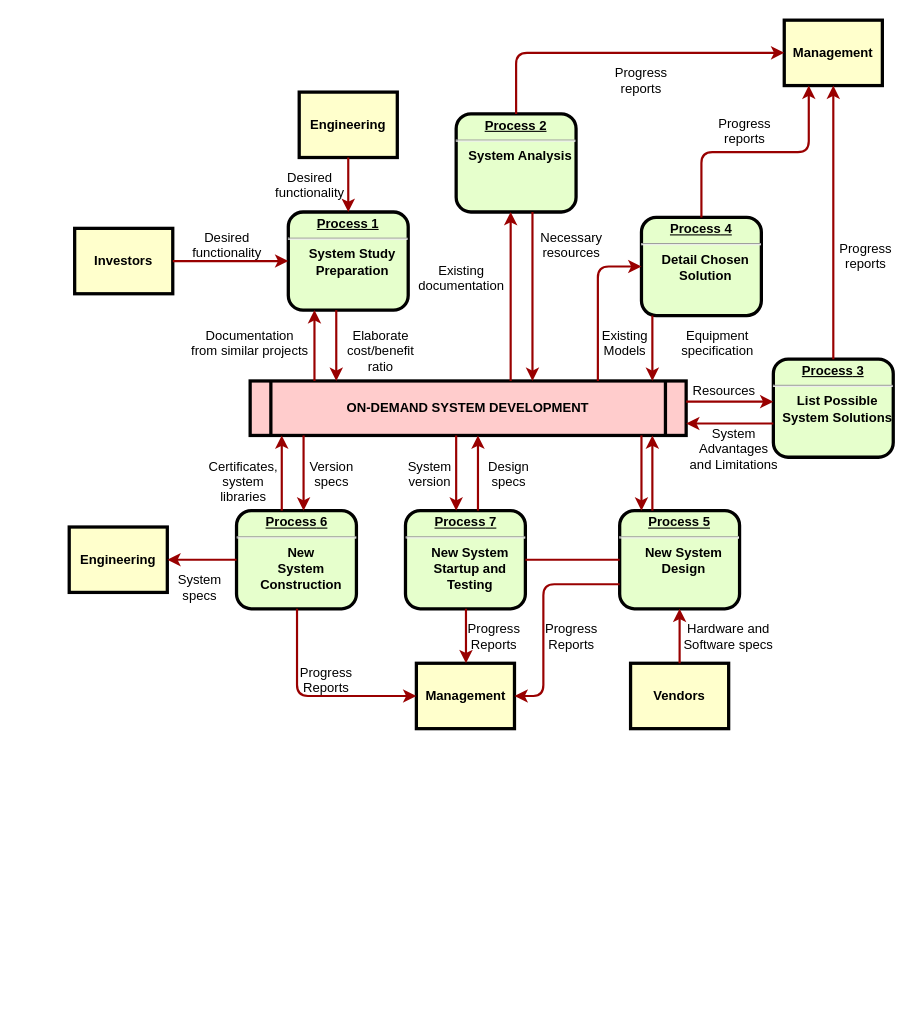
The draw.io diagram autotest.drawio in Kingzhoudk/diagrams, before the edit. Source tidied: cells renumbered, new cells numbered last; positions are measured from the earlier drawing's top-left corner, leaving out a move shared by most shapes. Both pictures are drawn from the tidied source at 109%, with x=0, y=0 at pixel (69, 20).
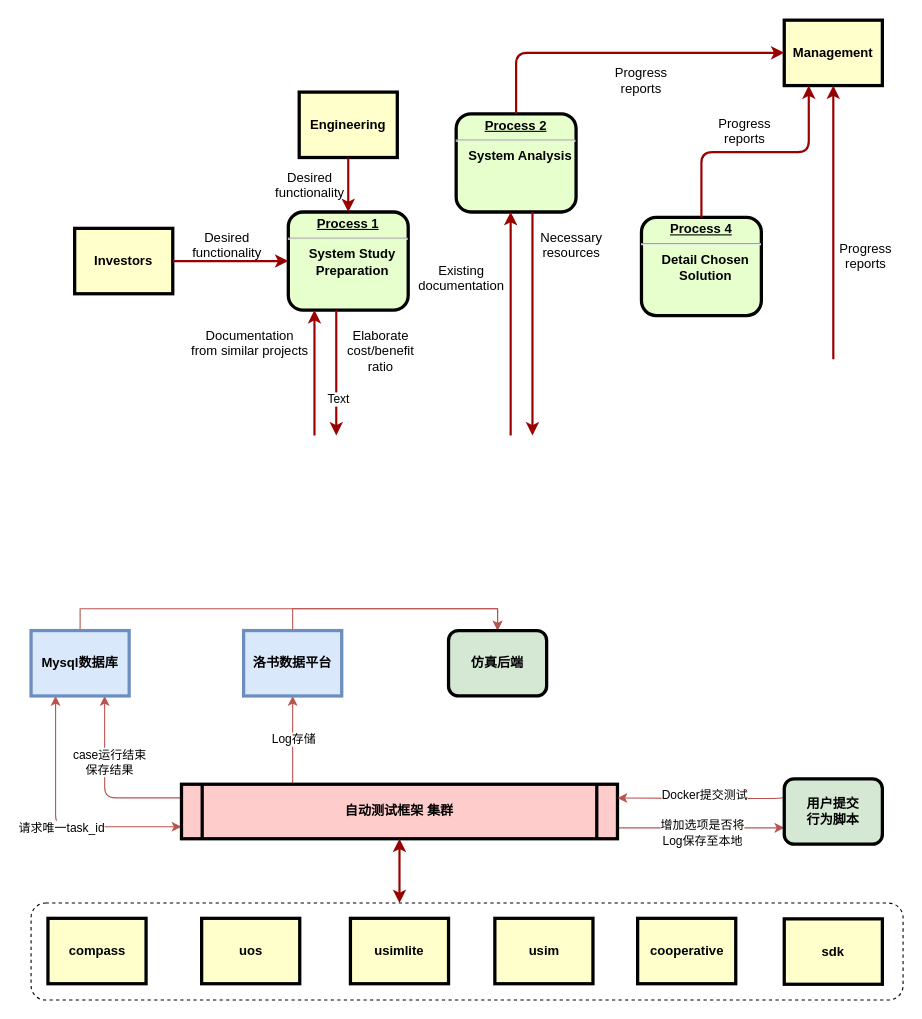
After the change.

The change refers to these unchanged cells:
```xml
<mxCell id="2" value="&lt;p style=&quot;margin: 0px; margin-top: 4px; text-align: center; text-decoration: underline;&quot;&gt;&lt;strong&gt;Process 1&lt;br /&gt;&lt;/strong&gt;&lt;/p&gt;&lt;hr /&gt;&lt;p style=&quot;margin: 0px; margin-left: 8px;&quot;&gt;System Study&lt;/p&gt;&lt;p style=&quot;margin: 0px; margin-left: 8px;&quot;&gt;Preparation&lt;/p&gt;" style="verticalAlign=middle;align=center;overflow=fill;fontSize=12;fontFamily=Helvetica;html=1;rounded=1;fontStyle=1;strokeWidth=3;fillColor=#E6FFCC;" parent="1" vertex="1">
  <mxGeometry x="201" y="176" width="110" height="90" as="geometry" />
</mxCell>
<mxCell id="6" value="&lt;p style=&quot;margin: 0px; margin-top: 4px; text-align: center; text-decoration: underline;&quot;&gt;&lt;strong&gt;Process 2&lt;br /&gt;&lt;/strong&gt;&lt;/p&gt;&lt;hr /&gt;&lt;p style=&quot;margin: 0px; margin-left: 8px;&quot;&gt;System Analysis&lt;/p&gt;" style="verticalAlign=middle;align=center;overflow=fill;fontSize=12;fontFamily=Helvetica;html=1;rounded=1;fontStyle=1;strokeWidth=3;fillColor=#E6FFCC;" parent="1" vertex="1">
  <mxGeometry x="355" y="86" width="110" height="90" as="geometry" />
</mxCell>
<mxCell id="8" value="&lt;p style=&quot;margin: 0px; margin-top: 4px; text-align: center; text-decoration: underline;&quot;&gt;&lt;strong&gt;&lt;strong&gt;Process&lt;/strong&gt; 4&lt;br /&gt;&lt;/strong&gt;&lt;/p&gt;&lt;hr /&gt;&lt;p style=&quot;margin: 0px; margin-left: 8px;&quot;&gt;Detail Chosen&lt;/p&gt;&lt;p style=&quot;margin: 0px; margin-left: 8px;&quot;&gt;Solution&lt;/p&gt;" style="verticalAlign=middle;align=center;overflow=fill;fontSize=12;fontFamily=Helvetica;html=1;rounded=1;fontStyle=1;strokeWidth=3;fillColor=#E6FFCC;" parent="1" vertex="1">
  <mxGeometry x="525" y="181" width="110" height="90" as="geometry" />
</mxCell>
<mxCell id="11" value="Management" style="whiteSpace=wrap;align=center;verticalAlign=middle;fontStyle=1;strokeWidth=3;fillColor=#FFFFCC;" parent="1" vertex="1">
  <mxGeometry x="656" width="90" height="60" as="geometry" />
</mxCell>
```

Diff of the diagram source:
```diff
@@
+    <mxCell id="63" style="rounded=1;whiteSpace=wrap;html=1;verticalAlign=middle;dashed=1;" parent="1" vertex="1">
+      <mxGeometry x="-35" y="810" width="800" height="89" as="geometry" />
+    </mxCell>
@@
+    <mxCell id="64" style="edgeStyle=orthogonalEdgeStyle;rounded=1;jettySize=auto;html=1;entryX=0.25;entryY=1;entryDx=0;entryDy=0;startArrow=classic;startFill=1;fillColor=#f8cecc;strokeColor=#b85450;" parent="1" edge="1" source="5" target="84">
+      <mxGeometry relative="1" as="geometry">
+        <Array as="points">
+          <mxPoint x="-12" y="740" />
+        </Array>
+      </mxGeometry>
+    </mxCell>
+    <mxCell id="65" value="请求唯一task_id" style="edgeLabel;html=1;align=center;verticalAlign=middle;" parent="64" vertex="1">
+      <mxGeometry x="0.24" y="-2" relative="1" as="geometry">
+        <mxPoint x="3" y="31" as="offset" />
+      </mxGeometry>
+    </mxCell>
+    <mxCell id="66" style="edgeStyle=orthogonalEdgeStyle;rounded=1;jettySize=auto;html=1;exitX=0;exitY=0.25;exitDx=0;exitDy=0;entryX=0.75;entryY=1;entryDx=0;entryDy=0;startArrow=none;startFill=0;fillColor=#f8cecc;strokeColor=#b85450;" parent="1" edge="1" source="5" target="84">
+      <mxGeometry relative="1" as="geometry" />
+    </mxCell>
+    <mxCell id="67" value="&lt;div&gt;case运行结束&lt;/div&gt;&lt;div&gt;保存结果&lt;br&gt;&lt;/div&gt;" style="edgeLabel;html=1;align=center;verticalAlign=middle;" parent="66" vertex="1">
+      <mxGeometry x="0.3" y="-3" relative="1" as="geometry">
+        <mxPoint x="1" y="3" as="offset" />
+      </mxGeometry>
+    </mxCell>
+    <mxCell id="68" style="edgeStyle=orthogonalEdgeStyle;rounded=0;jettySize=auto;html=1;exitX=0.25;exitY=0;exitDx=0;exitDy=0;entryX=0.5;entryY=1;entryDx=0;entryDy=0;startArrow=none;startFill=0;fillColor=#f8cecc;strokeColor=#b85450;" parent="1" edge="1" source="5" target="86">
+      <mxGeometry relative="1" as="geometry">
+        <Array as="points">
+          <mxPoint x="205" y="701" />
+        </Array>
+      </mxGeometry>
+    </mxCell>
+    <mxCell id="69" value="Log存储" style="edgeLabel;html=1;align=center;verticalAlign=middle;" parent="68" vertex="1">
+      <mxGeometry x="-0.25" y="-1" relative="1" as="geometry">
+        <mxPoint x="-1" y="-12" as="offset" />
+      </mxGeometry>
+    </mxCell>
+    <mxCell id="70" style="edgeStyle=orthogonalEdgeStyle;rounded=0;jettySize=auto;html=1;exitX=1;exitY=0.75;exitDx=0;exitDy=0;entryX=0;entryY=0.75;entryDx=0;entryDy=0;startArrow=none;startFill=0;fillColor=#f8cecc;strokeColor=#b85450;" parent="1" edge="1" source="5" target="82">
+      <mxGeometry relative="1" as="geometry">
+        <Array as="points">
+          <mxPoint x="503" y="741" />
+        </Array>
+      </mxGeometry>
+    </mxCell>
+    <mxCell id="71" value="&lt;div&gt;增加选项是否将&lt;/div&gt;&lt;div&gt;Log保存至本地&lt;br&gt;&lt;/div&gt;" style="edgeLabel;html=1;align=center;verticalAlign=middle;" parent="70" vertex="1">
+      <mxGeometry x="-0.12" y="-4" relative="1" as="geometry">
+        <mxPoint x="12" as="offset" />
+      </mxGeometry>
+    </mxCell>
-    <mxCell id="5" value="ON-DEMAND SYSTEM DEVELOPMENT" style="shape=process;whiteSpace=wrap;align=center;verticalAlign=middle;size=0.0475;fontStyle=1;strokeWidth=3;fillColor=#FFCCCC;" parent="1" vertex="1">
-      <mxGeometry x="166" y="331" width="400" height="50" as="geometry" />
+    <mxCell id="5" value="自动测试框架 集群" style="shape=process;whiteSpace=wrap;align=center;verticalAlign=middle;size=0.0475;fontStyle=1;strokeWidth=3;fillColor=#FFCCCC;" parent="1" vertex="1">
+      <mxGeometry x="103" y="701" width="400" height="50" as="geometry" />
     </mxCell>
@@
-    <mxCell id="7" value="&lt;p style=&quot;margin: 0px; margin-top: 4px; text-align: center; text-decoration: underline;&quot;&gt;&lt;strong&gt;&lt;strong&gt;Process&lt;/strong&gt; 3&lt;br /&gt;&lt;/strong&gt;&lt;/p&gt;&lt;hr /&gt;&lt;p style=&quot;margin: 0px; margin-left: 8px;&quot;&gt;List Possible&lt;/p&gt;&lt;p style=&quot;margin: 0px; margin-left: 8px;&quot;&gt;System Solutions&lt;/p&gt;" style="verticalAlign=middle;align=center;overflow=fill;fontSize=12;fontFamily=Helvetica;html=1;rounded=1;fontStyle=1;strokeWidth=3;fillColor=#E6FFCC;" parent="1" vertex="1">
-      <mxGeometry x="646" y="311" width="110" height="90" as="geometry" />
-    </mxCell>
@@
-    <mxCell id="9" value="&lt;p style=&quot;margin: 0px; margin-top: 4px; text-align: center; text-decoration: underline;&quot;&gt;&lt;strong&gt;&lt;strong&gt;Process&lt;/strong&gt; 5&lt;br /&gt;&lt;/strong&gt;&lt;/p&gt;&lt;hr /&gt;&lt;p style=&quot;margin: 0px; margin-left: 8px;&quot;&gt;New System&lt;/p&gt;&lt;p style=&quot;margin: 0px; margin-left: 8px;&quot;&gt;Design&lt;/p&gt;" style="verticalAlign=middle;align=center;overflow=fill;fontSize=12;fontFamily=Helvetica;html=1;rounded=1;fontStyle=1;strokeWidth=3;fillColor=#E6FFCC;" parent="1" vertex="1">
-      <mxGeometry x="505" y="450" width="110" height="90" as="geometry" />
-    </mxCell>
-    <mxCell id="10" value="&lt;p style=&quot;margin: 0px; margin-top: 4px; text-align: center; text-decoration: underline;&quot;&gt;&lt;strong&gt;&lt;strong&gt;Process&lt;/strong&gt; 6&lt;br /&gt;&lt;/strong&gt;&lt;/p&gt;&lt;hr /&gt;&lt;p style=&quot;margin: 0px; margin-left: 8px;&quot;&gt;New&lt;/p&gt;&lt;p style=&quot;margin: 0px; margin-left: 8px;&quot;&gt;System&lt;/p&gt;&lt;p style=&quot;margin: 0px; margin-left: 8px;&quot;&gt;Construction&lt;/p&gt;" style="verticalAlign=middle;align=center;overflow=fill;fontSize=12;fontFamily=Helvetica;html=1;rounded=1;fontStyle=1;strokeWidth=3;fillColor=#E6FFCC;" parent="1" vertex="1">
-      <mxGeometry x="153.5" y="450" width="110" height="90" as="geometry" />
-    </mxCell>
@@
-    <mxCell id="12" value="Management" style="whiteSpace=wrap;align=center;verticalAlign=middle;fontStyle=1;strokeWidth=3;fillColor=#FFFFCC;" parent="1" vertex="1">
-      <mxGeometry x="318.5" y="590" width="90" height="60" as="geometry" />
-    </mxCell>
-    <mxCell id="13" value="Engineering" style="whiteSpace=wrap;align=center;verticalAlign=middle;fontStyle=1;strokeWidth=3;fillColor=#FFFFCC;" parent="1" vertex="1">
-      <mxGeometry y="465" width="90" height="60" as="geometry" />
+    <mxCell id="13" value="uos" style="whiteSpace=wrap;align=center;verticalAlign=middle;fontStyle=1;strokeWidth=3;fillColor=#FFFFCC;" parent="1" vertex="1">
+      <mxGeometry x="121.5" y="824" width="90" height="60" as="geometry" />
     </mxCell>
-    <mxCell id="14" value="Vendors" style="whiteSpace=wrap;align=center;verticalAlign=middle;fontStyle=1;strokeWidth=3;fillColor=#FFFFCC;" parent="1" vertex="1">
-      <mxGeometry x="515" y="590" width="90" height="60" as="geometry" />
-    </mxCell>
@@
-    <mxCell id="17" value="&lt;p style=&quot;margin: 0px; margin-top: 4px; text-align: center; text-decoration: underline;&quot;&gt;&lt;strong&gt;&lt;strong&gt;Process&lt;/strong&gt; 7&lt;br /&gt;&lt;/strong&gt;&lt;/p&gt;&lt;hr /&gt;&lt;p style=&quot;margin: 0px; margin-left: 8px;&quot;&gt;New System&lt;/p&gt;&lt;p style=&quot;margin: 0px; margin-left: 8px;&quot;&gt;Startup and&lt;/p&gt;&lt;p style=&quot;margin: 0px; margin-left: 8px;&quot;&gt;Testing&lt;/p&gt;" style="verticalAlign=middle;align=center;overflow=fill;fontSize=12;fontFamily=Helvetica;html=1;rounded=1;fontStyle=1;strokeWidth=3;fillColor=#E6FFCC;" parent="1" vertex="1">
-      <mxGeometry x="308.5" y="450" width="110" height="90" as="geometry" />
-    </mxCell>
-    <mxCell id="18" style="endArrow=none;noEdgeStyle=1;strokeColor=#990000;strokeWidth=2;" parent="1" edge="1" source="9" target="17">
-      <mxGeometry relative="1" as="geometry" />
-    </mxCell>
@@
-    <mxCell id="22" style="edgeStyle=elbowEdgeStyle;elbow=horizontal;strokeColor=#990000;strokeWidth=2;" parent="1" edge="1" source="5" target="2">
+    <mxCell id="22" style="edgeStyle=elbowEdgeStyle;elbow=horizontal;strokeColor=#990000;strokeWidth=2;" parent="1" edge="1" target="2">
       <mxGeometry relative="1" as="geometry">
+        <mxPoint x="225" y="381" as="sourcePoint" />
         <Array as="points">
           <mxPoint x="225" y="310" />
         </Array>
       </mxGeometry>
     </mxCell>
-    <mxCell id="23" style="edgeStyle=elbowEdgeStyle;elbow=horizontal;strokeColor=#990000;strokeWidth=2;" parent="1" edge="1" source="2" target="5">
+    <mxCell id="23" style="edgeStyle=elbowEdgeStyle;elbow=horizontal;strokeColor=#990000;strokeWidth=2;" parent="1" edge="1" source="2">
       <mxGeometry relative="1" as="geometry">
+        <mxPoint x="245" y="381" as="targetPoint" />
         <Array as="points">
           <mxPoint x="245" y="300" />
         </Array>
       </mxGeometry>
     </mxCell>
+    <mxCell id="72" value="Text" style="edgeLabel;html=1;align=center;verticalAlign=middle;" parent="23" vertex="1">
+      <mxGeometry x="0.41" y="1" relative="1" as="geometry" />
+    </mxCell>
@@
-    <mxCell id="25" style="edgeStyle=elbowEdgeStyle;elbow=horizontal;strokeColor=#990000;strokeWidth=2;" parent="1" edge="1" source="5" target="6">
+    <mxCell id="25" style="edgeStyle=elbowEdgeStyle;elbow=horizontal;strokeColor=#990000;strokeWidth=2;" parent="1" edge="1" target="6">
       <mxGeometry relative="1" as="geometry">
+        <mxPoint x="405" y="381" as="sourcePoint" />
         <Array as="points">
           <mxPoint x="405" y="250" />
         </Array>
       </mxGeometry>
     </mxCell>
-    <mxCell id="26" style="edgeStyle=elbowEdgeStyle;elbow=horizontal;strokeColor=#990000;strokeWidth=2;" parent="1" edge="1" source="6" target="5">
+    <mxCell id="26" style="edgeStyle=elbowEdgeStyle;elbow=horizontal;strokeColor=#990000;strokeWidth=2;" parent="1" edge="1" source="6">
       <mxGeometry relative="1" as="geometry">
+        <mxPoint x="425" y="381" as="targetPoint" />
         <Array as="points">
           <mxPoint x="425" y="260" />
         </Array>
       </mxGeometry>
     </mxCell>
@@
-    <mxCell id="34" style="edgeStyle=elbowEdgeStyle;elbow=horizontal;strokeColor=#990000;strokeWidth=2;" parent="1" edge="1" source="7" target="11">
-      <mxGeometry relative="1" as="geometry" />
+    <mxCell id="34" style="edgeStyle=elbowEdgeStyle;elbow=horizontal;strokeColor=#990000;strokeWidth=2;" parent="1" edge="1" target="11">
+      <mxGeometry relative="1" as="geometry">
+        <mxPoint x="701" y="311" as="sourcePoint" />
+      </mxGeometry>
     </mxCell>
-    <mxCell id="35" style="edgeStyle=elbowEdgeStyle;elbow=horizontal;strokeColor=#990000;strokeWidth=2;" parent="1" edge="1" source="8" target="5">
-      <mxGeometry relative="1" as="geometry">
-        <Array as="points">
-          <mxPoint x="535" y="300" />
-        </Array>
-      </mxGeometry>
-    </mxCell>
-    <mxCell id="36" style="edgeStyle=segmentEdgeStyle;strokeColor=#990000;strokeWidth=2;" parent="1" edge="1" source="5" target="8">
-      <mxGeometry relative="1" as="geometry">
-        <Array as="points">
-          <mxPoint x="485" y="226" />
-        </Array>
-      </mxGeometry>
-    </mxCell>
-    <mxCell id="37" value="Existing&#10;Models" style="text;spacingTop=-5;align=center;" parent="1" vertex="1">
-      <mxGeometry x="495" y="281" width="30" height="20" as="geometry" />
-    </mxCell>
-    <mxCell id="38" value="Equipment&#10;specification" style="text;spacingTop=-5;align=center;" parent="1" vertex="1">
-      <mxGeometry x="580" y="281" width="30" height="20" as="geometry" />
-    </mxCell>
-    <mxCell id="39" style="edgeStyle=elbowEdgeStyle;elbow=vertical;strokeColor=#990000;strokeWidth=2;" parent="1" edge="1" source="5" target="7">
-      <mxGeometry relative="1" as="geometry">
-        <Array as="points">
-          <mxPoint x="615" y="350" />
-        </Array>
-      </mxGeometry>
-    </mxCell>
-    <mxCell id="40" style="edgeStyle=elbowEdgeStyle;elbow=vertical;strokeColor=#990000;strokeWidth=2;" parent="1" edge="1" source="7" target="5">
-      <mxGeometry relative="1" as="geometry">
-        <Array as="points">
-          <mxPoint x="615" y="370" />
-        </Array>
-      </mxGeometry>
-    </mxCell>
-    <mxCell id="41" value="Resources" style="text;spacingTop=-5;align=center;" parent="1" vertex="1">
-      <mxGeometry x="586" y="331" width="30" height="20" as="geometry" />
-    </mxCell>
-    <mxCell id="42" value="System &#10;Advantages &#10;and Limitations" style="text;spacingTop=-5;align=center;" parent="1" vertex="1">
-      <mxGeometry x="595" y="371" width="30" height="20" as="geometry" />
-    </mxCell>
-    <mxCell id="43" style="edgeStyle=elbowEdgeStyle;elbow=horizontal;strokeColor=#990000;strokeWidth=2;" parent="1" edge="1" source="9" target="5">
-      <mxGeometry relative="1" as="geometry">
-        <Array as="points">
-          <mxPoint x="535" y="410" />
-        </Array>
-      </mxGeometry>
-    </mxCell>
-    <mxCell id="44" style="edgeStyle=elbowEdgeStyle;elbow=horizontal;strokeColor=#990000;strokeWidth=2;" parent="1" edge="1" source="5" target="9">
-      <mxGeometry relative="1" as="geometry">
-        <Array as="points">
-          <mxPoint x="525" y="420" />
-        </Array>
-      </mxGeometry>
-    </mxCell>
-    <mxCell id="45" style="edgeStyle=elbowEdgeStyle;elbow=horizontal;strokeColor=#990000;strokeWidth=2;" parent="1" edge="1" source="14" target="9">
-      <mxGeometry relative="1" as="geometry" />
-    </mxCell>
-    <mxCell id="46" value="Hardware and&#10;Software specs" style="text;spacingTop=-5;align=center;" parent="1" vertex="1">
-      <mxGeometry x="590" y="550" width="30" height="20" as="geometry" />
-    </mxCell>
-    <mxCell id="47" style="edgeStyle=elbowEdgeStyle;elbow=horizontal;exitX=0;exitY=0.75;strokeColor=#990000;strokeWidth=2;" parent="1" edge="1" source="9" target="12">
-      <mxGeometry relative="1" as="geometry">
-        <Array as="points">
-          <mxPoint x="435" y="570" />
-        </Array>
-      </mxGeometry>
-    </mxCell>
-    <mxCell id="48" value="Progress&#10;Reports" style="text;spacingTop=-5;align=center;" parent="1" vertex="1">
-      <mxGeometry x="446" y="550" width="30" height="20" as="geometry" />
-    </mxCell>
-    <mxCell id="49" style="edgeStyle=elbowEdgeStyle;elbow=horizontal;strokeColor=#990000;strokeWidth=2;" parent="1" edge="1" source="17" target="12">
-      <mxGeometry relative="1" as="geometry" />
-    </mxCell>
-    <mxCell id="50" value="Progress&#10;Reports" style="text;spacingTop=-5;align=center;" parent="1" vertex="1">
-      <mxGeometry x="375" y="550" width="30" height="20" as="geometry" />
-    </mxCell>
-    <mxCell id="51" style="edgeStyle=elbowEdgeStyle;elbow=horizontal;strokeColor=#990000;strokeWidth=2;" parent="1" edge="1" source="10" target="12">
-      <mxGeometry relative="1" as="geometry">
-        <Array as="points">
-          <mxPoint x="209" y="570" />
-        </Array>
-      </mxGeometry>
-    </mxCell>
-    <mxCell id="52" value="Progress&#10;Reports" style="text;spacingTop=-5;align=center;" parent="1" vertex="1">
-      <mxGeometry x="221" y="590" width="30" height="20" as="geometry" />
-    </mxCell>
-    <mxCell id="53" style="edgeStyle=elbowEdgeStyle;elbow=vertical;strokeColor=#990000;strokeWidth=2;" parent="1" edge="1" source="10" target="13">
-      <mxGeometry relative="1" as="geometry" />
-    </mxCell>
-    <mxCell id="54" style="edgeStyle=elbowEdgeStyle;elbow=horizontal;strokeColor=#990000;strokeWidth=2;" parent="1" edge="1" source="5" target="17">
-      <mxGeometry relative="1" as="geometry">
-        <Array as="points">
-          <mxPoint x="355" y="410" />
-        </Array>
-      </mxGeometry>
-    </mxCell>
-    <mxCell id="55" style="edgeStyle=elbowEdgeStyle;elbow=horizontal;strokeColor=#990000;strokeWidth=2;" parent="1" edge="1" source="17" target="5">
-      <mxGeometry relative="1" as="geometry">
-        <Array as="points">
-          <mxPoint x="375" y="410" />
-        </Array>
-      </mxGeometry>
-    </mxCell>
-    <mxCell id="56" value="Version&#10;specs" style="text;spacingTop=-5;align=center;" parent="1" vertex="1">
-      <mxGeometry x="226" y="401" width="30" height="20" as="geometry" />
-    </mxCell>
-    <mxCell id="57" value="Certificates,&#10;system&#10;libraries" style="text;spacingTop=-5;align=center;" parent="1" vertex="1">
-      <mxGeometry x="145" y="401" width="30" height="20" as="geometry" />
-    </mxCell>
-    <mxCell id="58" style="edgeStyle=elbowEdgeStyle;elbow=horizontal;strokeColor=#990000;strokeWidth=2;" parent="1" edge="1" source="5" target="10">
-      <mxGeometry relative="1" as="geometry">
-        <Array as="points">
-          <mxPoint x="215" y="410" />
-        </Array>
-      </mxGeometry>
-    </mxCell>
-    <mxCell id="59" style="edgeStyle=elbowEdgeStyle;elbow=horizontal;strokeColor=#990000;strokeWidth=2;" parent="1" edge="1" source="10" target="5">
-      <mxGeometry relative="1" as="geometry">
-        <Array as="points">
-          <mxPoint x="195" y="410" />
-        </Array>
-      </mxGeometry>
-    </mxCell>
-    <mxCell id="60" value="System&#10;specs" style="text;spacingTop=-5;align=center;" parent="1" vertex="1">
-      <mxGeometry x="105" y="505" width="30" height="20" as="geometry" />
-    </mxCell>
-    <mxCell id="61" value="Design&#10;specs" style="text;spacingTop=-5;align=center;" parent="1" vertex="1">
-      <mxGeometry x="388.5" y="401" width="30" height="20" as="geometry" />
-    </mxCell>
-    <mxCell id="62" value="System&#10;version" style="text;spacingTop=-5;align=center;" parent="1" vertex="1">
-      <mxGeometry x="316" y="401" width="30" height="20" as="geometry" />
-    </mxCell>
+    <mxCell id="73" value="usimlite" style="whiteSpace=wrap;align=center;verticalAlign=middle;fontStyle=1;strokeWidth=3;fillColor=#FFFFCC;" parent="1" vertex="1">
+      <mxGeometry x="258" y="824" width="90" height="60" as="geometry" />
+    </mxCell>
+    <mxCell id="74" value="usim" style="whiteSpace=wrap;align=center;verticalAlign=middle;fontStyle=1;strokeWidth=3;fillColor=#FFFFCC;" parent="1" vertex="1">
+      <mxGeometry x="390.5" y="824" width="90" height="60" as="geometry" />
+    </mxCell>
+    <mxCell id="75" value="cooperative" style="whiteSpace=wrap;align=center;verticalAlign=middle;fontStyle=1;strokeWidth=3;fillColor=#FFFFCC;" parent="1" vertex="1">
+      <mxGeometry x="521.5" y="824" width="90" height="60" as="geometry" />
+    </mxCell>
+    <mxCell id="76" value="compass" style="whiteSpace=wrap;align=center;verticalAlign=middle;fontStyle=1;strokeWidth=3;fillColor=#FFFFCC;" parent="1" vertex="1">
+      <mxGeometry x="-19.5" y="824" width="90" height="60" as="geometry" />
+    </mxCell>
+    <mxCell id="77" style="edgeStyle=orthogonalEdgeStyle;rounded=0;orthogonalLoop=1;jettySize=auto;html=1;exitX=0.5;exitY=1;exitDx=0;exitDy=0;" parent="1" edge="1">
+      <mxGeometry relative="1" as="geometry">
+        <mxPoint x="687.5" y="889" as="sourcePoint" />
+        <mxPoint x="687.5" y="889" as="targetPoint" />
+      </mxGeometry>
+    </mxCell>
+    <mxCell id="78" value="sdk" style="whiteSpace=wrap;align=center;verticalAlign=middle;fontStyle=1;strokeWidth=3;fillColor=#FFFFCC;" parent="1" vertex="1">
+      <mxGeometry x="656" y="824.5" width="90" height="60" as="geometry" />
+    </mxCell>
+    <mxCell id="79" style="edgeStyle=elbowEdgeStyle;elbow=horizontal;strokeColor=#990000;strokeWidth=2;entryX=0.5;entryY=1;entryDx=0;entryDy=0;startArrow=classic;startFill=1;" parent="1" edge="1" target="5">
+      <mxGeometry relative="1" as="geometry">
+        <mxPoint x="303" y="810" as="sourcePoint" />
+        <Array as="points">
+          <mxPoint x="303" y="810" />
+          <mxPoint x="303" y="780" />
+          <mxPoint x="292" y="780" />
+          <mxPoint x="252" y="790" />
+          <mxPoint x="222" y="640" />
+        </Array>
+      </mxGeometry>
+    </mxCell>
+    <mxCell id="80" style="edgeStyle=orthogonalEdgeStyle;rounded=1;jettySize=auto;html=1;entryX=1;entryY=0.25;entryDx=0;entryDy=0;startArrow=none;startFill=0;fillColor=#f8cecc;strokeColor=#b85450;exitX=0;exitY=0.25;exitDx=0;exitDy=0;" parent="1" edge="1" source="82" target="5">
+      <mxGeometry relative="1" as="geometry">
+        <Array as="points">
+          <mxPoint x="656" y="714" />
+          <mxPoint x="580" y="714" />
+        </Array>
+      </mxGeometry>
+    </mxCell>
+    <mxCell id="81" value="Docker提交测试" style="edgeLabel;html=1;align=center;verticalAlign=middle;" parent="80" vertex="1">
+      <mxGeometry x="-0.01" y="-4" relative="1" as="geometry" />
+    </mxCell>
+    <mxCell id="82" value="用户提交&#10;行为脚本" style="whiteSpace=wrap;align=center;verticalAlign=middle;fontStyle=1;strokeWidth=3;fillColor=#d5e8d4;strokeColor=default;rounded=1;" parent="1" vertex="1">
+      <mxGeometry x="656" y="696" width="90" height="60" as="geometry" />
+    </mxCell>
+    <mxCell id="83" style="edgeStyle=orthogonalEdgeStyle;rounded=0;jettySize=auto;html=1;exitX=0.5;exitY=0;exitDx=0;exitDy=0;entryX=0.5;entryY=0;entryDx=0;entryDy=0;startArrow=none;startFill=0;fillColor=#f8cecc;strokeColor=#b85450;" parent="1" edge="1" source="84" target="87">
+      <mxGeometry relative="1" as="geometry" />
+    </mxCell>
+    <mxCell id="84" value="Mysql数据库" style="whiteSpace=wrap;align=center;verticalAlign=middle;fontStyle=1;strokeWidth=3;fillColor=#dae8fc;strokeColor=#6c8ebf;" parent="1" vertex="1">
+      <mxGeometry x="-35" y="560" width="90" height="60" as="geometry" />
+    </mxCell>
+    <mxCell id="85" style="edgeStyle=orthogonalEdgeStyle;rounded=0;jettySize=auto;html=1;exitX=0.5;exitY=0;exitDx=0;exitDy=0;entryX=0.5;entryY=0;entryDx=0;entryDy=0;startArrow=none;startFill=0;fillColor=#f8cecc;strokeColor=#b85450;" parent="1" edge="1" source="86" target="87">
+      <mxGeometry relative="1" as="geometry" />
+    </mxCell>
+    <mxCell id="86" value="洛书数据平台" style="whiteSpace=wrap;align=center;verticalAlign=middle;fontStyle=1;strokeWidth=3;fillColor=#dae8fc;strokeColor=#6c8ebf;" parent="1" vertex="1">
+      <mxGeometry x="160" y="560" width="90" height="60" as="geometry" />
+    </mxCell>
+    <mxCell id="87" value="仿真后端" style="whiteSpace=wrap;align=center;verticalAlign=middle;fontStyle=1;strokeWidth=3;fillColor=#d5e8d4;strokeColor=default;rounded=1;" parent="1" vertex="1">
+      <mxGeometry x="348" y="560" width="90" height="60" as="geometry" />
+    </mxCell>
```
